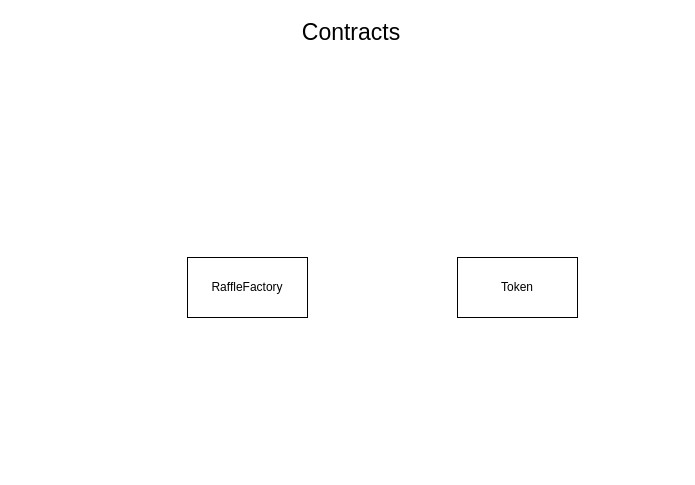
This is JetonsProject.drawio from DevABDee/JetonsProject, a draw.io file, before an edit. Source tidied: cells renumbered, new cells numbered last; positions are measured from the earlier drawing's top-left corner, leaving out a move shared by most shapes. Both pictures are drawn from the tidied source at 100%, with x=0, y=0 at pixel (187, 17).
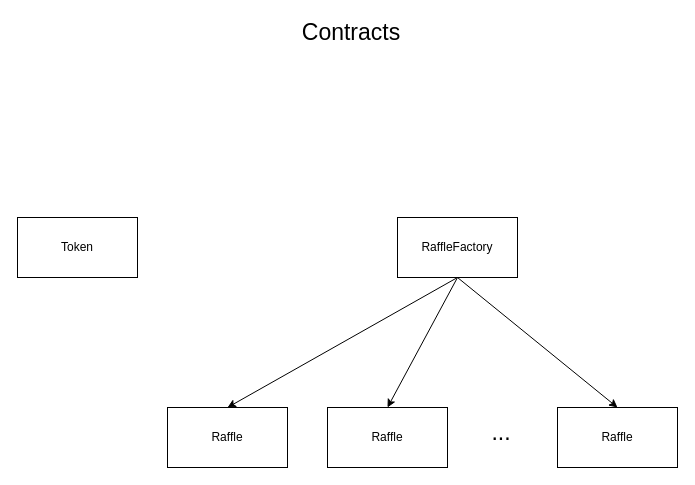
Above is the later version.

The edit, as a diff of the source:
```diff
@@
 <mxGraphModel>
   <root>
     <mxCell id="0" />
     <mxCell id="1" parent="0" />
     <mxCell id="2" value="RaffleFactory" style="rounded=0;whiteSpace=wrap;html=1;" parent="1" vertex="1">
-      <mxGeometry y="240" width="120" height="60" as="geometry" />
+      <mxGeometry x="210" y="200" width="120" height="60" as="geometry" />
     </mxCell>
     <mxCell id="3" value="Token" style="rounded=0;whiteSpace=wrap;html=1;" parent="1" vertex="1">
-      <mxGeometry x="270" y="240" width="120" height="60" as="geometry" />
+      <mxGeometry x="-170" y="200" width="120" height="60" as="geometry" />
     </mxCell>
     <mxCell id="4" value="Contracts" style="text;html=1;strokeColor=none;fillColor=none;align=center;verticalAlign=middle;whiteSpace=wrap;rounded=0;fontSize=23;" parent="1" vertex="1">
       <mxGeometry x="89" width="150" height="30" as="geometry" />
     </mxCell>
+    <mxCell id="5" value="Raffle" style="rounded=0;whiteSpace=wrap;html=1;" parent="1" vertex="1">
+      <mxGeometry x="-20" y="390" width="120" height="60" as="geometry" />
+    </mxCell>
+    <mxCell id="6" value="Raffle" style="rounded=0;whiteSpace=wrap;html=1;" parent="1" vertex="1">
+      <mxGeometry x="140" y="390" width="120" height="60" as="geometry" />
+    </mxCell>
+    <mxCell id="7" value="Raffle" style="rounded=0;whiteSpace=wrap;html=1;" parent="1" vertex="1">
+      <mxGeometry x="370" y="390" width="120" height="60" as="geometry" />
+    </mxCell>
+    <mxCell id="8" style="endArrow=classic;html=1;rounded=0;fontSize=23;entryX=0.5;entryY=0;entryDx=0;entryDy=0;exitX=0.5;exitY=1;exitDx=0;exitDy=0;" parent="1" edge="1" source="2" target="5">
+      <mxGeometry relative="1" as="geometry" />
+    </mxCell>
+    <mxCell id="9" style="endArrow=classic;html=1;rounded=0;fontSize=23;entryX=0.5;entryY=0;entryDx=0;entryDy=0;exitX=0.5;exitY=1;exitDx=0;exitDy=0;" parent="1" edge="1" source="2" target="6">
+      <mxGeometry relative="1" as="geometry" />
+    </mxCell>
+    <mxCell id="10" style="endArrow=classic;html=1;rounded=0;fontSize=23;entryX=0.5;entryY=0;entryDx=0;entryDy=0;exitX=0.5;exitY=1;exitDx=0;exitDy=0;" parent="1" edge="1" source="2" target="7">
+      <mxGeometry relative="1" as="geometry" />
+    </mxCell>
+    <mxCell id="11" value="..." style="text;html=1;strokeColor=none;fillColor=none;align=center;verticalAlign=middle;whiteSpace=wrap;rounded=0;fontSize=23;" parent="1" vertex="1">
+      <mxGeometry x="239" y="400" width="150" height="30" as="geometry" />
+    </mxCell>
+    <mxCell id="12" style="edgeStyle=orthogonalEdgeStyle;rounded=0;orthogonalLoop=1;jettySize=auto;html=1;exitX=0.5;exitY=1;exitDx=0;exitDy=0;fontSize=23;" parent="1" edge="1" source="11" target="11">
+      <mxGeometry relative="1" as="geometry" />
+    </mxCell>
   </root>
 </mxGraphModel>
```
